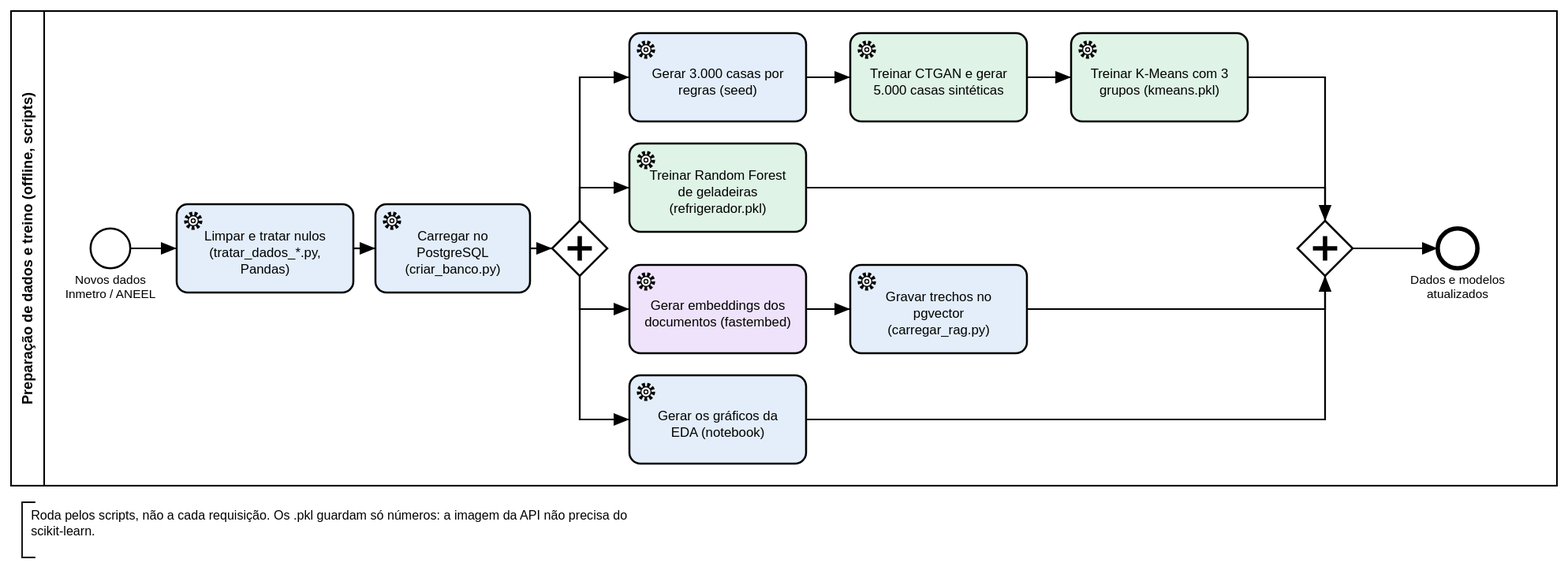
BrunoStainski/ProjetoTCS-2026 keeps this BPMN diagram as docs/bpmn/5_treino_offline.svg. Above is the earlier version. Its source is kept beside it as docs/bpmn/5_treino_offline.bpmn. Ids are renumbered.
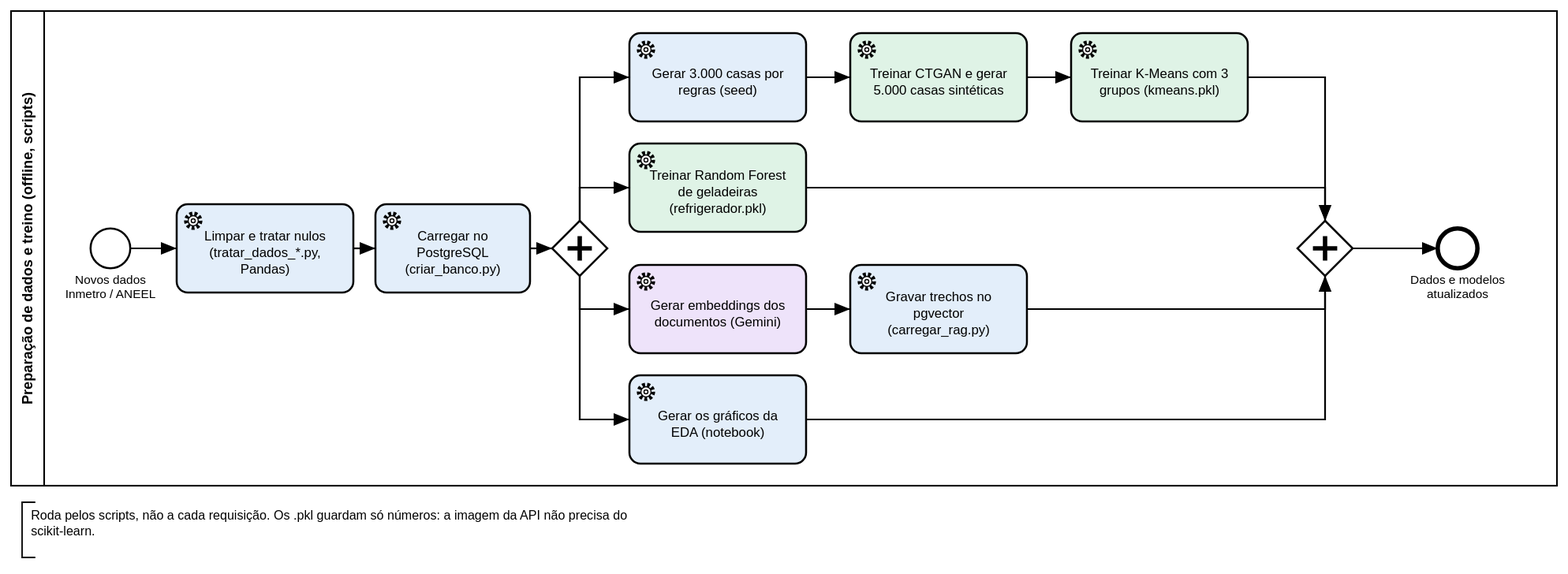
The same diagram one commit later.

Commit message:
Atualiza os embeddings nos BPMN e põe o Pillow no requirements-dev

The edit, as a diff of the source:
```diff
@@ -12,7 +12,7 @@
     <bpmn:serviceTask id="ctgan" name="Treinar CTGAN e gerar 5.000 casas sintéticas"><bpmn:incoming>F_seed_ctgan</bpmn:incoming><bpmn:outgoing>F_ctgan_kmeans</bpmn:outgoing></bpmn:serviceTask>
     <bpmn:serviceTask id="kmeans" name="Treinar K-Means com 3 grupos (kmeans.pkl)"><bpmn:incoming>F_ctgan_kmeans</bpmn:incoming><bpmn:outgoing>F_kmeans_junta</bpmn:outgoing></bpmn:serviceTask>
     <bpmn:serviceTask id="rf" name="Treinar Random Forest de geladeiras (refrigerador.pkl)"><bpmn:incoming>F_abre_rf</bpmn:incoming><bpmn:outgoing>F_rf_junta</bpmn:outgoing></bpmn:serviceTask>
-    <bpmn:serviceTask id="emb" name="Gerar embeddings dos documentos (fastembed)"><bpmn:incoming>F_abre_emb</bpmn:incoming><bpmn:outgoing>F_emb_pgv</bpmn:outgoing></bpmn:serviceTask>
+    <bpmn:serviceTask id="emb" name="Gerar embeddings dos documentos (Gemini)"><bpmn:incoming>F_abre_emb</bpmn:incoming><bpmn:outgoing>F_emb_pgv</bpmn:outgoing></bpmn:serviceTask>
     <bpmn:serviceTask id="pgv" name="Gravar trechos no pgvector (carregar_rag.py)"><bpmn:incoming>F_emb_pgv</bpmn:incoming><bpmn:outgoing>F_pgv_junta</bpmn:outgoing></bpmn:serviceTask>
     <bpmn:serviceTask id="eda" name="Gerar os gráficos da EDA (notebook)"><bpmn:incoming>F_abre_eda</bpmn:incoming><bpmn:outgoing>F_eda_junta</bpmn:outgoing></bpmn:serviceTask>
     <bpmn:parallelGateway id="junta"><bpmn:incoming>F_kmeans_junta</bpmn:incoming><bpmn:incoming>F_rf_junta</bpmn:incoming><bpmn:incoming>F_pgv_junta</bpmn:incoming><bpmn:incoming>F_eda_junta</bpmn:incoming><bpmn:outgoing>F_junta_fim</bpmn:outgoing></bpmn:parallelGateway>
```
